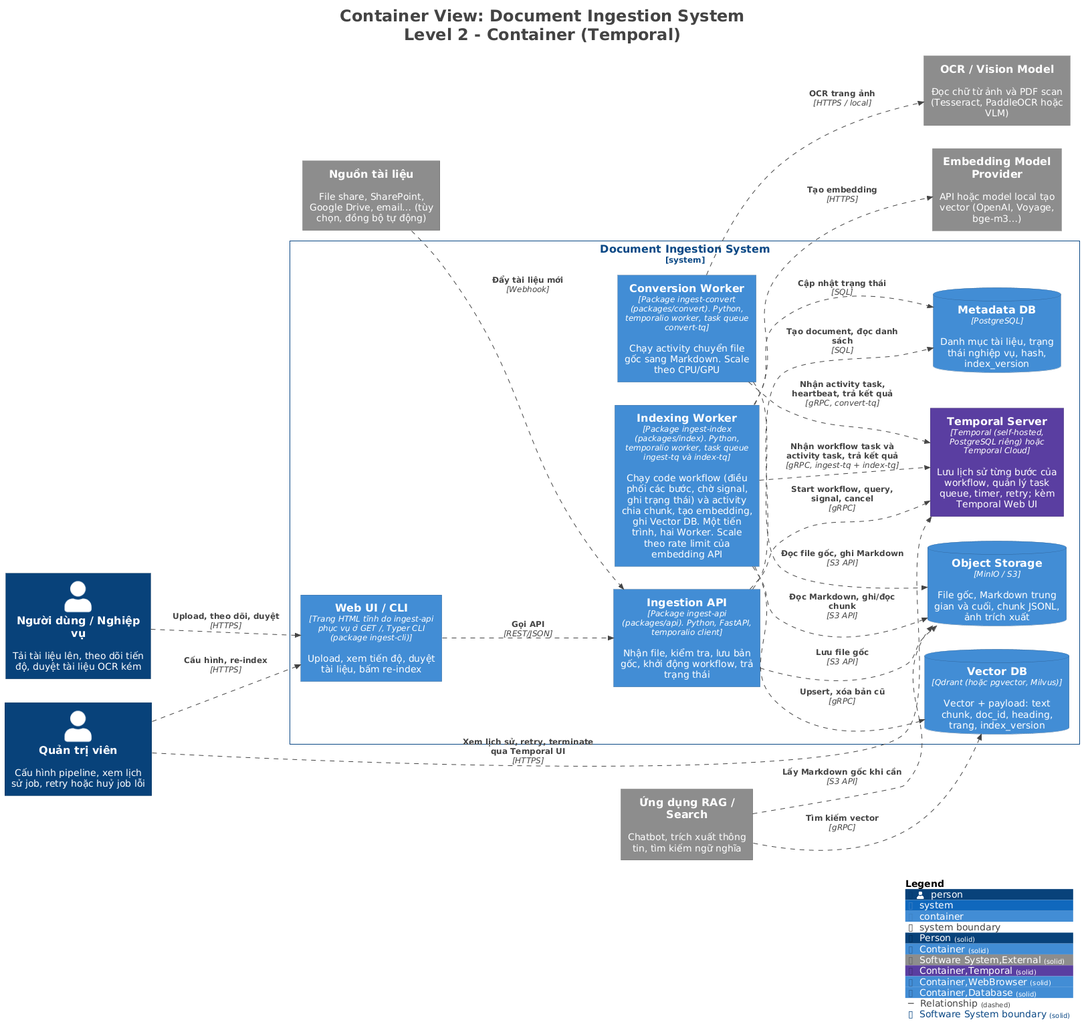
duypon2601/mdDocument keeps this PlantUML diagram as docs/architecture/diagrams/L2-Container.png. Above is the earlier version.
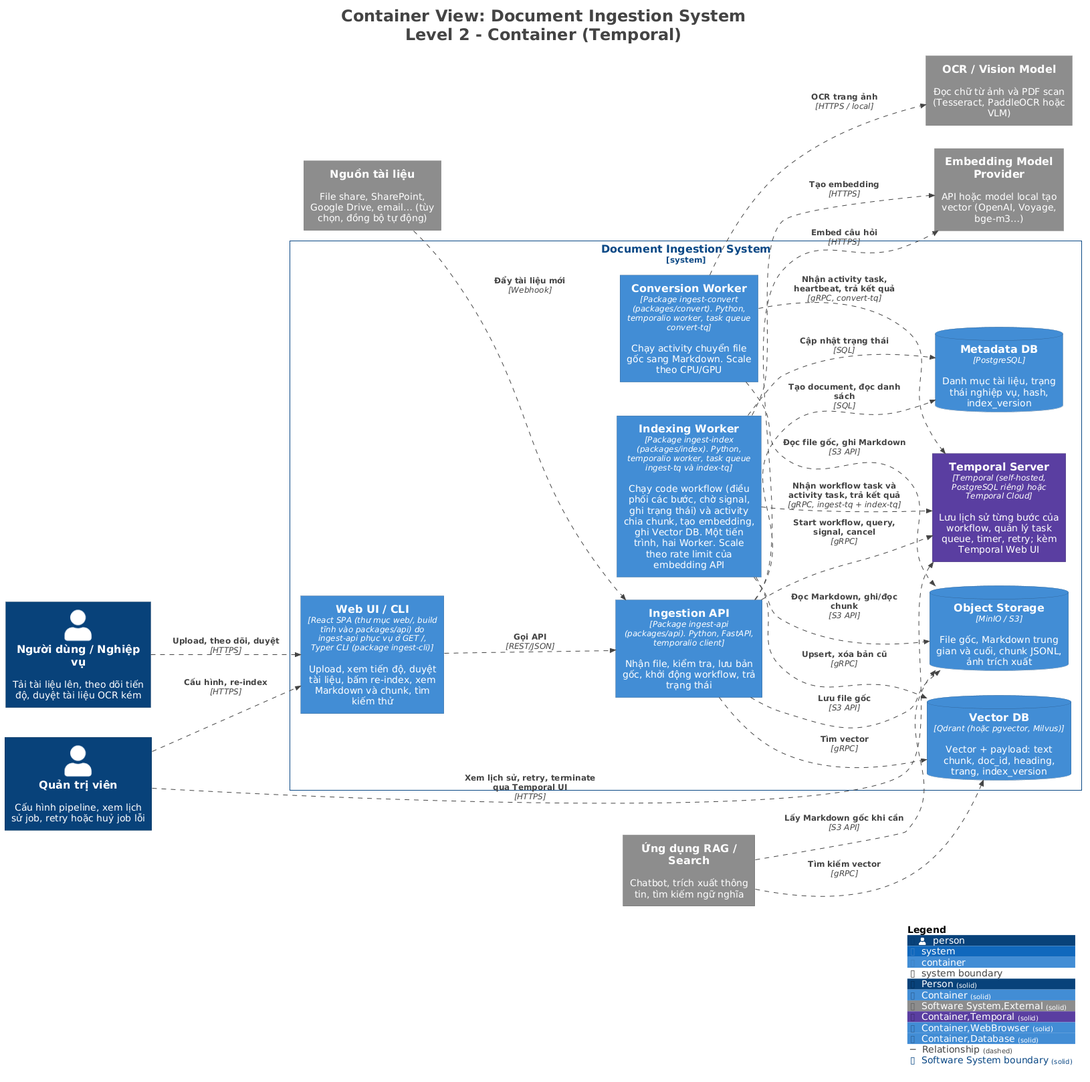
After the change.

What changed in the source:
```diff
@@ -40,7 +40,7 @@
   ContainerDb(DocumentIngestionSystem.ObjectStorage, "Object Storage", $techn="MinIO / S3", $descr="File gốc, Markdown trung gian và cuối, chunk JSONL, ảnh trích xuất", $tags="Container,Database", $link="")
   ContainerDb(DocumentIngestionSystem.MetadataDB, "Metadata DB", $techn="PostgreSQL", $descr="Danh mục tài liệu, trạng thái nghiệp vụ, hash, index_version", $tags="Container,Database", $link="")
   ContainerDb(DocumentIngestionSystem.VectorDB, "Vector DB", $techn="Qdrant (hoặc pgvector, Milvus)", $descr="Vector + payload: text chunk, doc_id, heading, trang, index_version", $tags="Container,Database", $link="")
-  Container(DocumentIngestionSystem.WebUICLI, "Web UI / CLI", $techn="Trang HTML tĩnh do ingest-api phục vụ ở GET /, Typer CLI (package ingest-cli)", $descr="Upload, xem tiến độ, duyệt tài liệu, bấm re-index", $tags="Container,WebBrowser", $link="")
+  Container(DocumentIngestionSystem.WebUICLI, "Web UI / CLI", $techn="React SPA (thư mục web/, build tĩnh vào packages/api) do ingest-api phục vụ ở GET /, Typer CLI (package ingest-cli)", $descr="Upload, xem tiến độ, duyệt tài liệu, bấm re-index, xem Markdown và chunk, tìm kiếm thử", $tags="Container,WebBrowser", $link="")
   Container(DocumentIngestionSystem.IngestionAPI, "Ingestion API", $techn="Package ingest-api (packages/api). Python, FastAPI, temporalio client", $descr="Nhận file, kiểm tra, lưu bản gốc, khởi động workflow, trả trạng thái", $tags="Container", $link="")
 }
 
@@ -62,6 +62,8 @@
 Rel(DocumentIngestionSystem.IndexingWorker, DocumentIngestionSystem.VectorDB, "Upsert, xóa bản cũ", $techn="gRPC", $tags="Relationship", $link="")
 Rel(ỨngdụngRAGSearch, DocumentIngestionSystem.VectorDB, "Tìm kiếm vector", $techn="gRPC", $tags="Relationship", $link="")
 Rel(ỨngdụngRAGSearch, DocumentIngestionSystem.ObjectStorage, "Lấy Markdown gốc khi cần", $techn="S3 API", $tags="Relationship", $link="")
+Rel(DocumentIngestionSystem.IngestionAPI, EmbeddingModelProvider, "Embed câu hỏi", $techn="HTTPS", $tags="Relationship", $link="")
+Rel(DocumentIngestionSystem.IngestionAPI, DocumentIngestionSystem.VectorDB, "Tìm vector", $techn="gRPC", $tags="Relationship", $link="")
 
 SHOW_LEGEND(true)
 hide stereotypes
```
